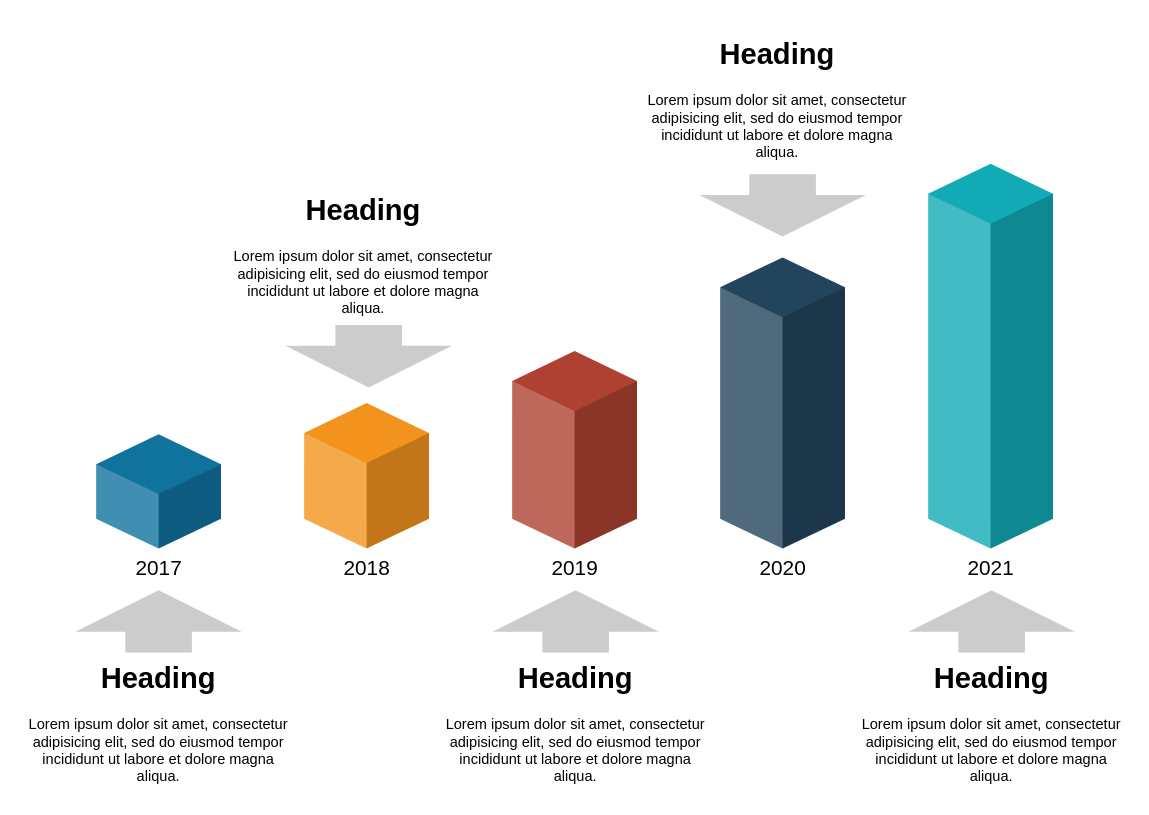
Before: img/Untitled Diagram.drawio in dbetteb/RESSOURCES_SUPER_ALLOYS, a draw.io diagram. Source tidied: cells renumbered, new cells numbered last; positions are measured from the earlier drawing's top-left corner, leaving out a move shared by most shapes. Both pictures are drawn from the tidied source at 104%, with x=0, y=0 at pixel (18, 28).
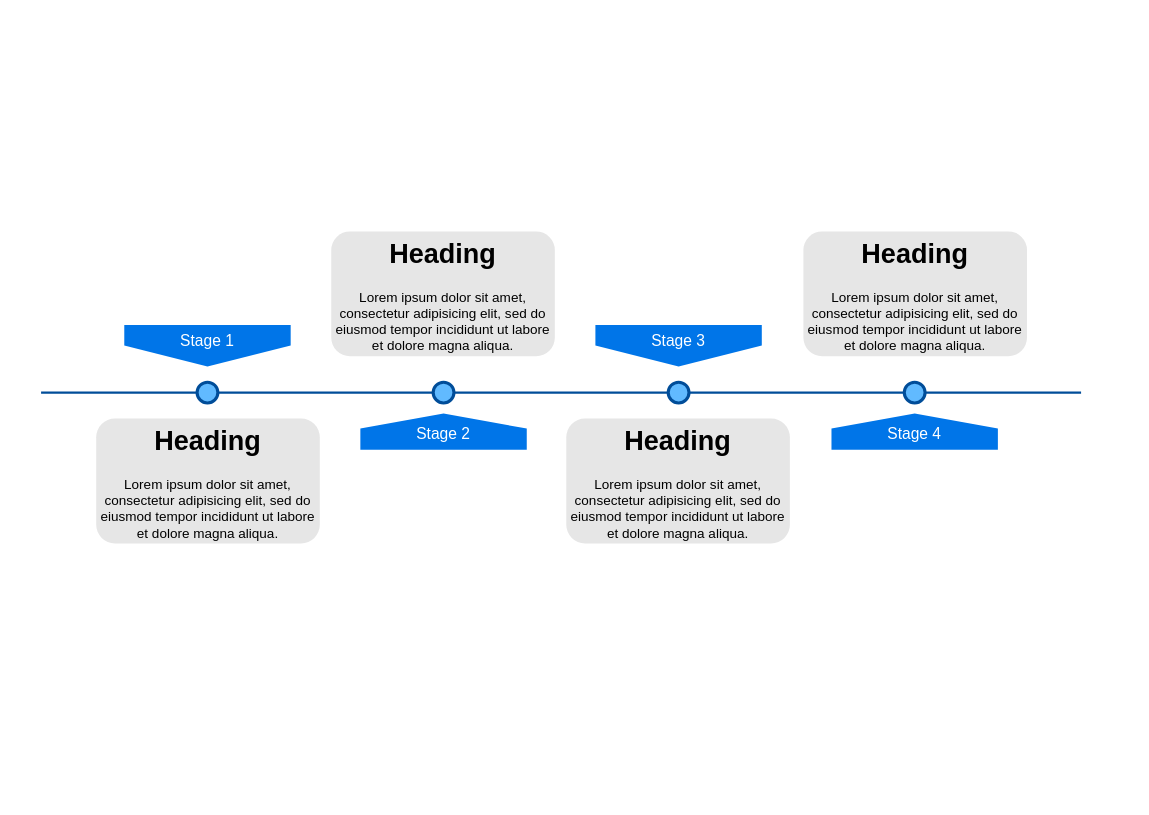
After the change.

Change to the diagram source:
```diff
@@
 <mxGraphModel background="#ffffff">
   <root>
     <mxCell id="0" />
     <mxCell id="1" parent="0" />
-    <mxCell id="2" style="html=1;shadow=0;dashed=0;align=center;verticalAlign=middle;shape=mxgraph.arrows2.arrow;dy=0.6;dx=40;direction=north;notch=0;strokeWidth=2;fillColor=#CCCCCC;fontSize=14;fontColor=#000000;strokeColor=none;" parent="1" vertex="1">
-      <mxGeometry x="55" y="540" width="160" height="60" as="geometry" />
-    </mxCell>
-    <mxCell id="3" value="2017" style="verticalLabelPosition=bottom;verticalAlign=top;html=1;shape=mxgraph.infographic.shadedCube;isoAngle=15;fillColor=#10739E;strokeColor=none;fontFamily=Helvetica;fontSize=20;align=center;strokeWidth=2;" parent="1" vertex="1">
-      <mxGeometry x="75" y="390" width="120" height="110" as="geometry" />
-    </mxCell>
-    <mxCell id="4" value="2018" style="verticalLabelPosition=bottom;verticalAlign=top;html=1;shape=mxgraph.infographic.shadedCube;isoAngle=15;fillColor=#F2931E;strokeColor=none;fontFamily=Helvetica;fontSize=20;align=center;strokeWidth=2;" parent="1" vertex="1">
-      <mxGeometry x="275" y="360" width="120" height="140" as="geometry" />
-    </mxCell>
-    <mxCell id="5" value="2019" style="verticalLabelPosition=bottom;verticalAlign=top;html=1;shape=mxgraph.infographic.shadedCube;isoAngle=15;fillColor=#AE4132;strokeColor=none;fontFamily=Helvetica;fontSize=20;align=center;strokeWidth=2;" parent="1" vertex="1">
-      <mxGeometry x="475" y="310" width="120" height="190" as="geometry" />
-    </mxCell>
-    <mxCell id="6" value="2020" style="verticalLabelPosition=bottom;verticalAlign=top;html=1;shape=mxgraph.infographic.shadedCube;isoAngle=15;fillColor=#23445D;strokeColor=none;fontFamily=Helvetica;fontSize=20;align=center;strokeWidth=2;" parent="1" vertex="1">
-      <mxGeometry x="675" y="220" width="120" height="280" as="geometry" />
-    </mxCell>
-    <mxCell id="7" value="2021" style="verticalLabelPosition=bottom;verticalAlign=top;html=1;shape=mxgraph.infographic.shadedCube;isoAngle=15;fillColor=#12AAB5;strokeColor=none;fontFamily=Helvetica;fontSize=20;align=center;strokeWidth=2;" parent="1" vertex="1">
-      <mxGeometry x="875" y="130" width="120" height="370" as="geometry" />
-    </mxCell>
-    <mxCell id="8" value="&lt;h1&gt;Heading&lt;/h1&gt;&lt;p&gt;Lorem ipsum dolor sit amet, consectetur adipisicing elit, sed do eiusmod tempor incididunt ut labore et dolore magna aliqua.&lt;/p&gt;" style="text;html=1;spacing=5;spacingTop=-20;whiteSpace=wrap;overflow=hidden;strokeWidth=2;fillColor=none;gradientColor=none;fontSize=14;align=center;" parent="1" vertex="1">
-      <mxGeometry y="600" width="270" height="140" as="geometry" />
-    </mxCell>
-    <mxCell id="9" value="&lt;h1&gt;Heading&lt;/h1&gt;&lt;p&gt;Lorem ipsum dolor sit amet, consectetur adipisicing elit, sed do eiusmod tempor incididunt ut labore et dolore magna aliqua.&lt;/p&gt;" style="text;html=1;spacing=5;spacingTop=-20;whiteSpace=wrap;overflow=hidden;strokeWidth=2;fillColor=none;gradientColor=none;fontSize=14;align=center;" parent="1" vertex="1">
-      <mxGeometry x="197" y="150" width="270" height="140" as="geometry" />
-    </mxCell>
-    <mxCell id="10" value="&lt;h1&gt;Heading&lt;/h1&gt;&lt;p&gt;Lorem ipsum dolor sit amet, consectetur adipisicing elit, sed do eiusmod tempor incididunt ut labore et dolore magna aliqua.&lt;/p&gt;" style="text;html=1;spacing=5;spacingTop=-20;whiteSpace=wrap;overflow=hidden;strokeWidth=2;fillColor=none;gradientColor=none;fontSize=14;align=center;" parent="1" vertex="1">
-      <mxGeometry x="401" y="600" width="270" height="140" as="geometry" />
-    </mxCell>
-    <mxCell id="11" value="&lt;h1&gt;Heading&lt;/h1&gt;&lt;p&gt;Lorem ipsum dolor sit amet, consectetur adipisicing elit, sed do eiusmod tempor incididunt ut labore et dolore magna aliqua.&lt;/p&gt;" style="text;html=1;spacing=5;spacingTop=-20;whiteSpace=wrap;overflow=hidden;strokeWidth=2;fillColor=none;gradientColor=none;fontSize=14;align=center;" parent="1" vertex="1">
-      <mxGeometry x="801" y="600" width="270" height="140" as="geometry" />
-    </mxCell>
-    <mxCell id="12" value="&lt;h1&gt;Heading&lt;/h1&gt;&lt;p&gt;Lorem ipsum dolor sit amet, consectetur adipisicing elit, sed do eiusmod tempor incididunt ut labore et dolore magna aliqua.&lt;/p&gt;" style="text;html=1;spacing=5;spacingTop=-20;whiteSpace=wrap;overflow=hidden;strokeWidth=2;fillColor=none;gradientColor=none;fontSize=14;align=center;" parent="1" vertex="1">
-      <mxGeometry x="595" width="270" height="140" as="geometry" />
-    </mxCell>
-    <mxCell id="13" style="html=1;shadow=0;dashed=0;align=center;verticalAlign=middle;shape=mxgraph.arrows2.arrow;dy=0.6;dx=40;direction=north;notch=0;strokeWidth=2;fillColor=#CCCCCC;fontSize=14;fontColor=#000000;strokeColor=none;" parent="1" vertex="1">
-      <mxGeometry x="456" y="540" width="160" height="60" as="geometry" />
-    </mxCell>
-    <mxCell id="14" style="html=1;shadow=0;dashed=0;align=center;verticalAlign=middle;shape=mxgraph.arrows2.arrow;dy=0.6;dx=40;direction=north;notch=0;strokeWidth=2;fillColor=#CCCCCC;fontSize=14;fontColor=#000000;strokeColor=none;" parent="1" vertex="1">
-      <mxGeometry x="856" y="540" width="160" height="60" as="geometry" />
-    </mxCell>
-    <mxCell id="15" style="html=1;shadow=0;dashed=0;align=center;verticalAlign=middle;shape=mxgraph.arrows2.arrow;dy=0.6;dx=40;direction=north;notch=0;strokeWidth=2;fillColor=#CCCCCC;fontSize=14;fontColor=#000000;strokeColor=none;flipV=1;" parent="1" vertex="1">
-      <mxGeometry x="257" y="285" width="160" height="60" as="geometry" />
-    </mxCell>
-    <mxCell id="16" style="html=1;shadow=0;dashed=0;align=center;verticalAlign=middle;shape=mxgraph.arrows2.arrow;dy=0.6;dx=40;direction=north;notch=0;strokeWidth=2;fillColor=#CCCCCC;fontSize=14;fontColor=#000000;strokeColor=none;flipV=1;" parent="1" vertex="1">
-      <mxGeometry x="655" y="140" width="160" height="60" as="geometry" />
-    </mxCell>
+    <mxCell id="17" style="line;strokeWidth=2;html=1;fillColor=none;fontSize=28;fontColor=#004D99;strokeColor=#004D99;" parent="1" vertex="1">
+      <mxGeometry x="22" y="345" width="1000" height="10" as="geometry" />
+    </mxCell>
+    <mxCell id="18" value="Stage 1" style="shape=offPageConnector;whiteSpace=wrap;html=1;fillColor=#0075E8;fontSize=15;fontColor=#FFFFFF;size=0.5093750000000015;verticalAlign=top;strokeColor=none;" parent="1" vertex="1">
+      <mxGeometry x="102" y="285" width="160" height="40" as="geometry" />
+    </mxCell>
+    <mxCell id="19" value="&lt;span&gt;Stage 3&lt;/span&gt;" style="shape=offPageConnector;whiteSpace=wrap;html=1;fillColor=#0075E8;fontSize=15;fontColor=#FFFFFF;size=0.5093750000000015;verticalAlign=top;strokeColor=none;" parent="1" vertex="1">
+      <mxGeometry x="555" y="285" width="160" height="40" as="geometry" />
+    </mxCell>
+    <mxCell id="20" value="&lt;span&gt;Stage 2&lt;/span&gt;" style="shape=offPageConnector;whiteSpace=wrap;html=1;fillColor=#0075E8;fontSize=15;fontColor=#FFFFFF;size=0.4178571428571445;flipV=1;verticalAlign=bottom;strokeColor=none;spacingBottom=4;" parent="1" vertex="1">
+      <mxGeometry x="329" y="370" width="160" height="35" as="geometry" />
+    </mxCell>
+    <mxCell id="21" value="&lt;span&gt;Stage 4&lt;/span&gt;" style="shape=offPageConnector;whiteSpace=wrap;html=1;fillColor=#0075E8;fontSize=15;fontColor=#FFFFFF;size=0.4178571428571445;flipV=1;verticalAlign=bottom;strokeColor=none;spacingBottom=4;" parent="1" vertex="1">
+      <mxGeometry x="782" y="370" width="160" height="35" as="geometry" />
+    </mxCell>
+    <mxCell id="22" style="ellipse;whiteSpace=wrap;html=1;fillColor=#61BAFF;fontSize=28;fontColor=#004D99;strokeWidth=3;strokeColor=#004D99;" parent="1" vertex="1">
+      <mxGeometry x="172" y="340" width="20" height="20" as="geometry" />
+    </mxCell>
+    <mxCell id="23" style="ellipse;whiteSpace=wrap;html=1;fillColor=#61BAFF;fontSize=28;fontColor=#004D99;strokeWidth=3;strokeColor=#004D99;" parent="1" vertex="1">
+      <mxGeometry x="399" y="340" width="20" height="20" as="geometry" />
+    </mxCell>
+    <mxCell id="24" style="ellipse;whiteSpace=wrap;html=1;fillColor=#61BAFF;fontSize=28;fontColor=#004D99;strokeWidth=3;strokeColor=#004D99;" parent="1" vertex="1">
+      <mxGeometry x="625" y="340" width="20" height="20" as="geometry" />
+    </mxCell>
+    <mxCell id="25" style="ellipse;whiteSpace=wrap;html=1;fillColor=#61BAFF;fontSize=28;fontColor=#004D99;strokeWidth=3;strokeColor=#004D99;" parent="1" vertex="1">
+      <mxGeometry x="852" y="340" width="20" height="20" as="geometry" />
+    </mxCell>
+    <mxCell id="26" value="&lt;h1&gt;Heading&lt;/h1&gt;&lt;p&gt;Lorem ipsum dolor sit amet, consectetur adipisicing elit, sed do eiusmod tempor incididunt ut labore et dolore magna aliqua.&lt;/p&gt;" style="text;html=1;spacing=5;spacingTop=-20;whiteSpace=wrap;overflow=hidden;strokeColor=none;strokeWidth=3;fillColor=#E6E6E6;fontSize=13;fontColor=#000000;align=center;rounded=1;" parent="1" vertex="1">
+      <mxGeometry x="75" y="375" width="215" height="120" as="geometry" />
+    </mxCell>
+    <mxCell id="27" value="&lt;h1&gt;Heading&lt;/h1&gt;&lt;p&gt;Lorem ipsum dolor sit amet, consectetur adipisicing elit, sed do eiusmod tempor incididunt ut labore et dolore magna aliqua.&lt;/p&gt;" style="text;html=1;spacing=5;spacingTop=-20;whiteSpace=wrap;overflow=hidden;strokeColor=none;strokeWidth=3;fillColor=#E6E6E6;fontSize=13;fontColor=#000000;align=center;rounded=1;" parent="1" vertex="1">
+      <mxGeometry x="301" y="195" width="215" height="120" as="geometry" />
+    </mxCell>
+    <mxCell id="28" value="&lt;h1&gt;Heading&lt;/h1&gt;&lt;p&gt;Lorem ipsum dolor sit amet, consectetur adipisicing elit, sed do eiusmod tempor incididunt ut labore et dolore magna aliqua.&lt;/p&gt;" style="text;html=1;spacing=5;spacingTop=-20;whiteSpace=wrap;overflow=hidden;strokeColor=none;strokeWidth=3;fillColor=#E6E6E6;fontSize=13;fontColor=#000000;align=center;rounded=1;" parent="1" vertex="1">
+      <mxGeometry x="527" y="375" width="215" height="120" as="geometry" />
+    </mxCell>
+    <mxCell id="29" value="&lt;h1&gt;Heading&lt;/h1&gt;&lt;p&gt;Lorem ipsum dolor sit amet, consectetur adipisicing elit, sed do eiusmod tempor incididunt ut labore et dolore magna aliqua.&lt;/p&gt;" style="text;html=1;spacing=5;spacingTop=-20;whiteSpace=wrap;overflow=hidden;strokeColor=none;strokeWidth=3;fillColor=#E6E6E6;fontSize=13;fontColor=#000000;align=center;rounded=1;" parent="1" vertex="1">
+      <mxGeometry x="755" y="195" width="215" height="120" as="geometry" />
+    </mxCell>
   </root>
 </mxGraphModel>
```
